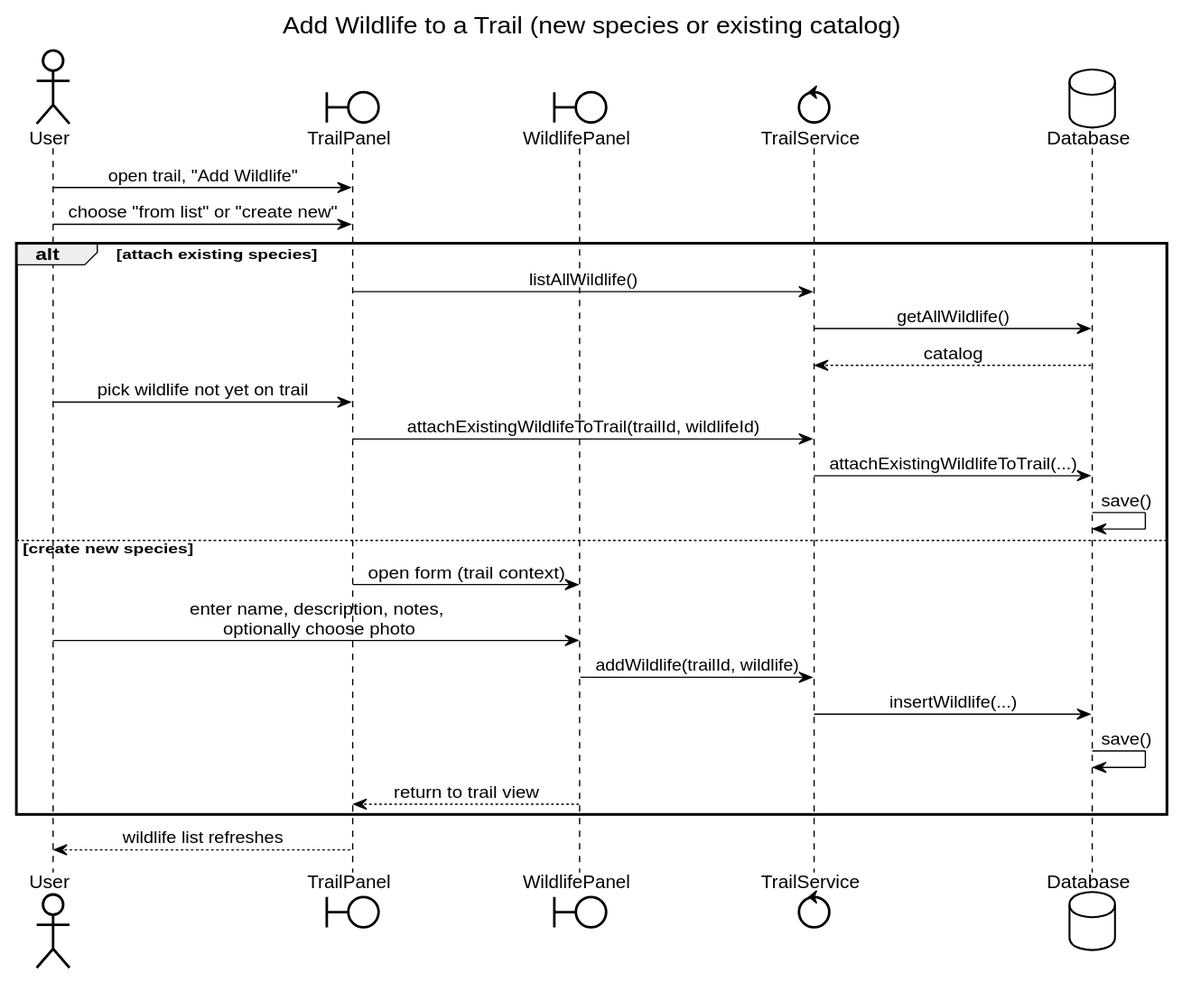
Earlier version of the PlantUML export uml-diagrams/svg/sequence/addWildlife.svg (milelime/Wildlife-Explorer).
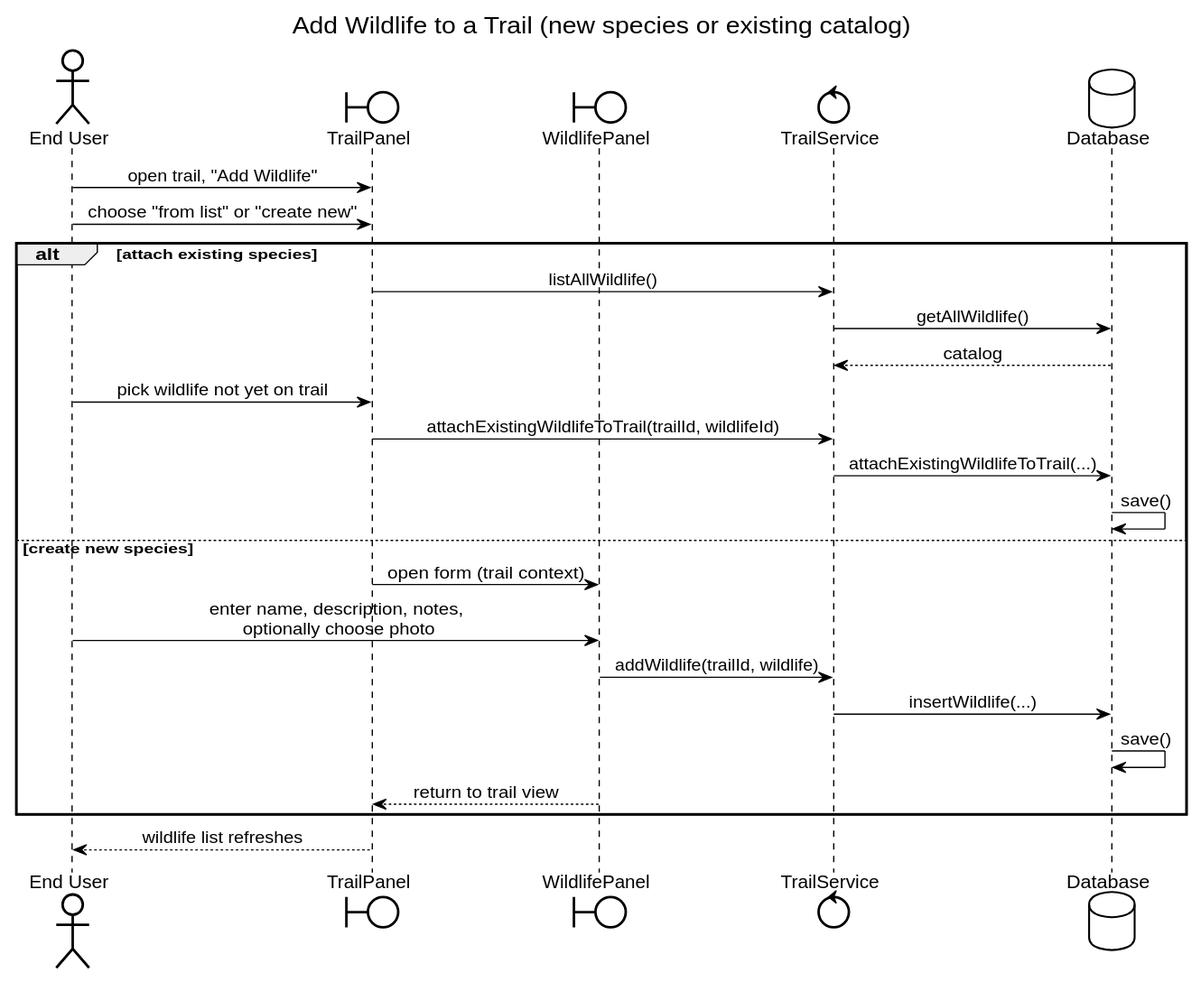
Later version of the same file.

Change to the diagram source:
```diff
@@ -72,32 +72,32 @@
 
 title Add Wildlife to a Trail (new species or existing catalog)
 
-actor User
+actor "End User" as EU
 boundary TrailPanel
 boundary WildlifePanel
 control TrailService
 database Database
 
-User -> TrailPanel : open trail, "Add Wildlife"
-User -> TrailPanel : choose "from list" or "create new"
+EU -> TrailPanel : open trail, "Add Wildlife"
+EU -> TrailPanel : choose "from list" or "create new"
 
 alt attach existing species
   TrailPanel -> TrailService : listAllWildlife()
   TrailService -> Database : getAllWildlife()
   Database --> TrailService : catalog
-  User -> TrailPanel : pick wildlife not yet on trail
+  EU -> TrailPanel : pick wildlife not yet on trail
   TrailPanel -> TrailService : attachExistingWildlifeToTrail(trailId, wildlifeId)
   TrailService -> Database : attachExistingWildlifeToTrail(...)
   Database -> Database : save()
 else create new species
   TrailPanel -> WildlifePanel : open form (trail context)
-  User -> WildlifePanel : enter name, description, notes,\n optionally choose photo
+  EU -> WildlifePanel : enter name, description, notes,\n optionally choose photo
   WildlifePanel -> TrailService : addWildlife(trailId, wildlife)
   TrailService -> Database : insertWildlife(...)
   Database -> Database : save()
   WildlifePanel --> TrailPanel : return to trail view
 end
 
-TrailPanel --> User : wildlife list refreshes
+TrailPanel --> EU : wildlife list refreshes
 
 @enduml
```
